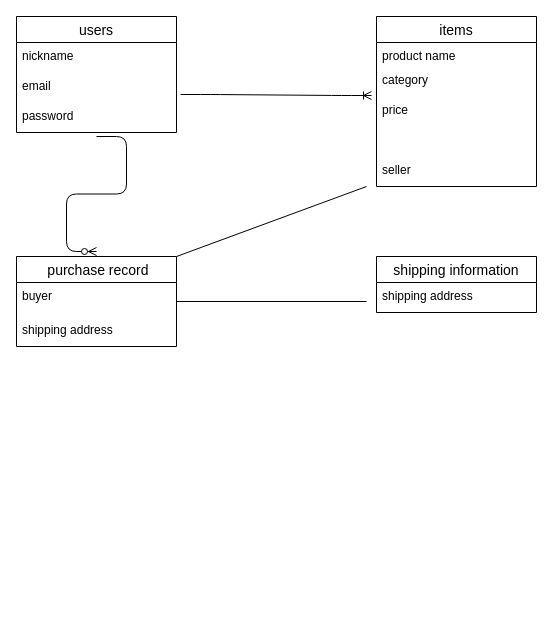
Before: test.dio in NaoakiM/furima-37413, a draw.io diagram. Source tidied: cells renumbered, new cells numbered last; positions are measured from the earlier drawing's top-left corner, leaving out a move shared by most shapes. Both pictures are drawn from the tidied source at 100%, with x=0, y=0 at pixel (16, 16).
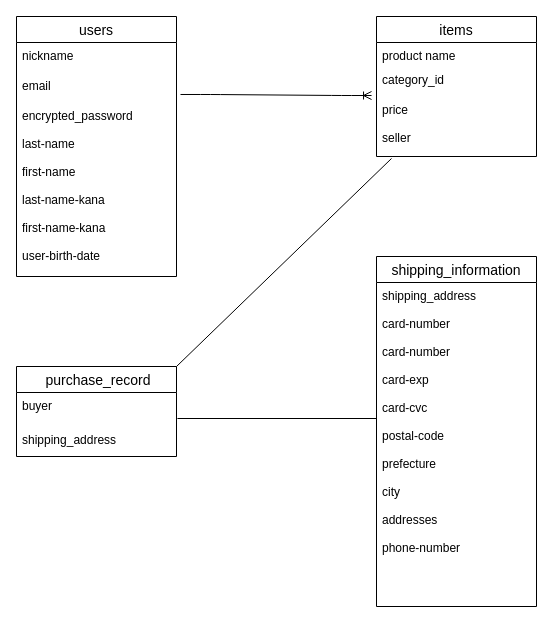
The same diagram, later.

Commit message (it also covers changes not shown here):
データベース設計修正2

The change refers to these unchanged cells:
```xml
<mxCell id="12" value="buyer" style="text;strokeColor=none;fillColor=none;spacingLeft=4;spacingRight=4;overflow=hidden;points=[[0,0.5],[1,0.5]];portConstraint=eastwest;fontSize=12;" parent="11" vertex="1">
  <mxGeometry y="26" width="160" height="34" as="geometry" />
</mxCell>
```

The edit, as a diff of the source:
```diff
@@
     <mxCell id="2" value="users" style="swimlane;fontStyle=0;horizontal=1;startSize=26;align=center;fontSize=14;" parent="1" vertex="1">
-      <mxGeometry width="160" height="116" as="geometry" />
+      <mxGeometry width="160" height="260" as="geometry" />
     </mxCell>
@@
-    <mxCell id="5" value="password" style="text;strokeColor=none;fillColor=none;spacingLeft=4;spacingRight=4;overflow=hidden;fontSize=12;" parent="2" vertex="1">
-      <mxGeometry y="86" width="160" height="30" as="geometry" />
+    <mxCell id="5" value="encrypted_password&#10;&#10;last-name&#10;&#10;first-name&#10;&#10;last-name-kana&#10;&#10;first-name-kana&#10;&#10;user-birth-date&#10;" style="text;strokeColor=none;fillColor=none;spacingLeft=4;spacingRight=4;overflow=hidden;fontSize=12;" parent="2" vertex="1">
+      <mxGeometry y="86" width="160" height="174" as="geometry" />
     </mxCell>
     <mxCell id="6" value="items" style="swimlane;fontStyle=0;horizontal=1;startSize=26;align=center;fontSize=14;" parent="1" vertex="1">
-      <mxGeometry x="360" width="160" height="170" as="geometry" />
+      <mxGeometry x="360" width="160" height="140" as="geometry" />
     </mxCell>
@@
-    <mxCell id="8" value="category" style="text;strokeColor=none;fillColor=none;spacingLeft=4;spacingRight=4;overflow=hidden;points=[[0,0.5],[1,0.5]];portConstraint=eastwest;fontSize=12;" parent="6" vertex="1">
+    <mxCell id="8" value="category_id" style="text;strokeColor=none;fillColor=none;spacingLeft=4;spacingRight=4;overflow=hidden;points=[[0,0.5],[1,0.5]];portConstraint=eastwest;fontSize=12;" parent="6" vertex="1">
       <mxGeometry y="50" width="160" height="30" as="geometry" />
     </mxCell>
-    <mxCell id="9" value="price" style="text;strokeColor=none;fillColor=none;spacingLeft=4;spacingRight=4;overflow=hidden;points=[[0,0.5],[1,0.5]];portConstraint=eastwest;fontSize=12;" parent="6" vertex="1">
+    <mxCell id="9" value="price&#10;&#10;seller" style="text;strokeColor=none;fillColor=none;spacingLeft=4;spacingRight=4;overflow=hidden;points=[[0,0.5],[1,0.5]];portConstraint=eastwest;fontSize=12;" parent="6" vertex="1">
       <mxGeometry y="80" width="160" height="60" as="geometry" />
     </mxCell>
-    <mxCell id="10" value="seller" style="text;strokeColor=none;fillColor=none;spacingLeft=4;spacingRight=4;overflow=hidden;fontSize=12;" parent="6" vertex="1">
-      <mxGeometry y="140" width="160" height="30" as="geometry" />
-    </mxCell>
-    <mxCell id="11" value=" purchase record" style="swimlane;fontStyle=0;horizontal=1;startSize=26;align=center;fontSize=14;" parent="1" vertex="1">
-      <mxGeometry y="240" width="160" height="90" as="geometry" />
+    <mxCell id="11" value=" purchase_record" style="swimlane;fontStyle=0;horizontal=1;startSize=26;align=center;fontSize=14;" parent="1" vertex="1">
+      <mxGeometry y="350" width="160" height="90" as="geometry" />
     </mxCell>
@@
-    <mxCell id="13" value="shipping address" style="text;strokeColor=none;fillColor=none;spacingLeft=4;spacingRight=4;overflow=hidden;fontSize=12;" parent="11" vertex="1">
+    <mxCell id="13" value="shipping_address" style="text;strokeColor=none;fillColor=none;spacingLeft=4;spacingRight=4;overflow=hidden;fontSize=12;" parent="11" vertex="1">
       <mxGeometry y="60" width="160" height="30" as="geometry" />
     </mxCell>
-    <mxCell id="14" value="shipping information" style="swimlane;fontStyle=0;horizontal=1;startSize=26;align=center;fontSize=14;" parent="1" vertex="1">
-      <mxGeometry x="360" y="240" width="160" height="56" as="geometry" />
+    <mxCell id="14" value="shipping_information" style="swimlane;fontStyle=0;horizontal=1;startSize=26;align=center;fontSize=14;" parent="1" vertex="1">
+      <mxGeometry x="360" y="240" width="160" height="350" as="geometry" />
     </mxCell>
-    <mxCell id="15" value="shipping address" style="text;strokeColor=none;fillColor=none;spacingLeft=4;spacingRight=4;overflow=hidden;fontSize=12;" parent="14" vertex="1">
-      <mxGeometry y="26" width="160" height="30" as="geometry" />
+    <mxCell id="15" value="shipping_address&#10;&#10;card-number&#10;&#10;card-number&#10;&#10;card-exp&#10;&#10;card-cvc&#10;&#10;postal-code&#10;&#10;prefecture&#10;&#10;city&#10;&#10;addresses&#10;&#10;phone-number&#10;&#10;" style="text;strokeColor=none;fillColor=none;spacingLeft=4;spacingRight=4;overflow=hidden;fontSize=12;" parent="14" vertex="1">
+      <mxGeometry y="26" width="160" height="324" as="geometry" />
     </mxCell>
@@
-    <mxCell id="17" style="edgeStyle=entityRelationEdgeStyle;fontSize=12;html=1;endArrow=ERzeroToMany;endFill=1;" parent="1" edge="1">
-      <mxGeometry relative="1" as="geometry">
-        <mxPoint x="80" y="120" as="sourcePoint" />
-        <mxPoint x="80" y="235" as="targetPoint" />
-      </mxGeometry>
-    </mxCell>
-    <mxCell id="18" style="endArrow=none;html=1;rounded=0;exitX=1;exitY=0;exitDx=0;exitDy=0;" parent="1" edge="1" source="11">
-      <mxGeometry relative="1" as="geometry">
-        <mxPoint x="350" y="170" as="targetPoint" />
-      </mxGeometry>
+    <mxCell id="18" style="endArrow=none;html=1;rounded=0;exitX=1;exitY=0;exitDx=0;exitDy=0;entryX=0.094;entryY=1.033;entryDx=0;entryDy=0;entryPerimeter=0;" parent="1" edge="1" source="11" target="9">
+      <mxGeometry relative="1" as="geometry" />
     </mxCell>
-    <mxCell id="19" style="line;strokeWidth=1;dashed=0;labelPosition=right;align=left;verticalAlign=middle;spacingTop=0;spacingLeft=6;" parent="1" vertex="1">
-      <mxGeometry x="160" y="280" width="190" height="10" as="geometry" />
-    </mxCell>
+    <mxCell id="20" style="endArrow=none;html=1;rounded=0;exitX=1.006;exitY=0.765;exitDx=0;exitDy=0;exitPerimeter=0;" parent="1" edge="1" source="12">
+      <mxGeometry relative="1" as="geometry">
+        <mxPoint x="360" y="402" as="targetPoint" />
+      </mxGeometry>
+    </mxCell>
```
